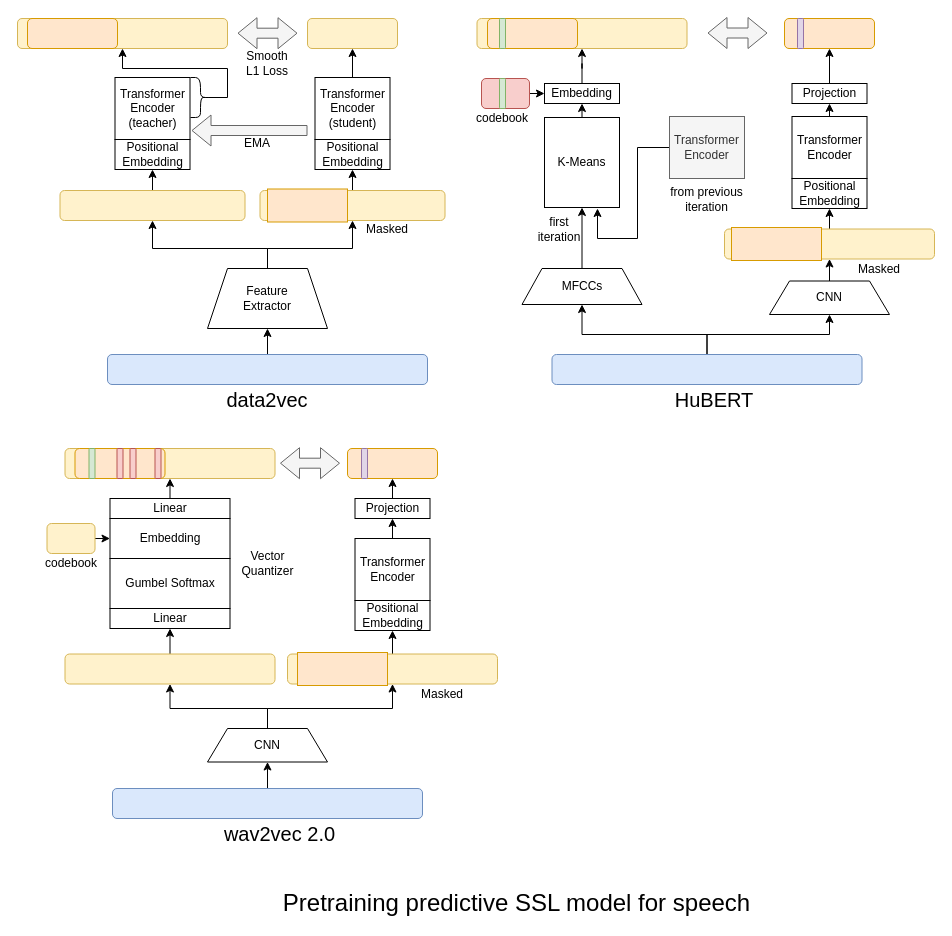
This is Drafts/data2vec.drawio from xrysamuel/my-drawio, a draw.io file, before an edit. Source tidied: cells renumbered, new cells numbered last; positions are measured from the earlier drawing's top-left corner, leaving out a move shared by most shapes. Both pictures are drawn from the tidied source at 100%, with x=0, y=0 at pixel (17, 18).
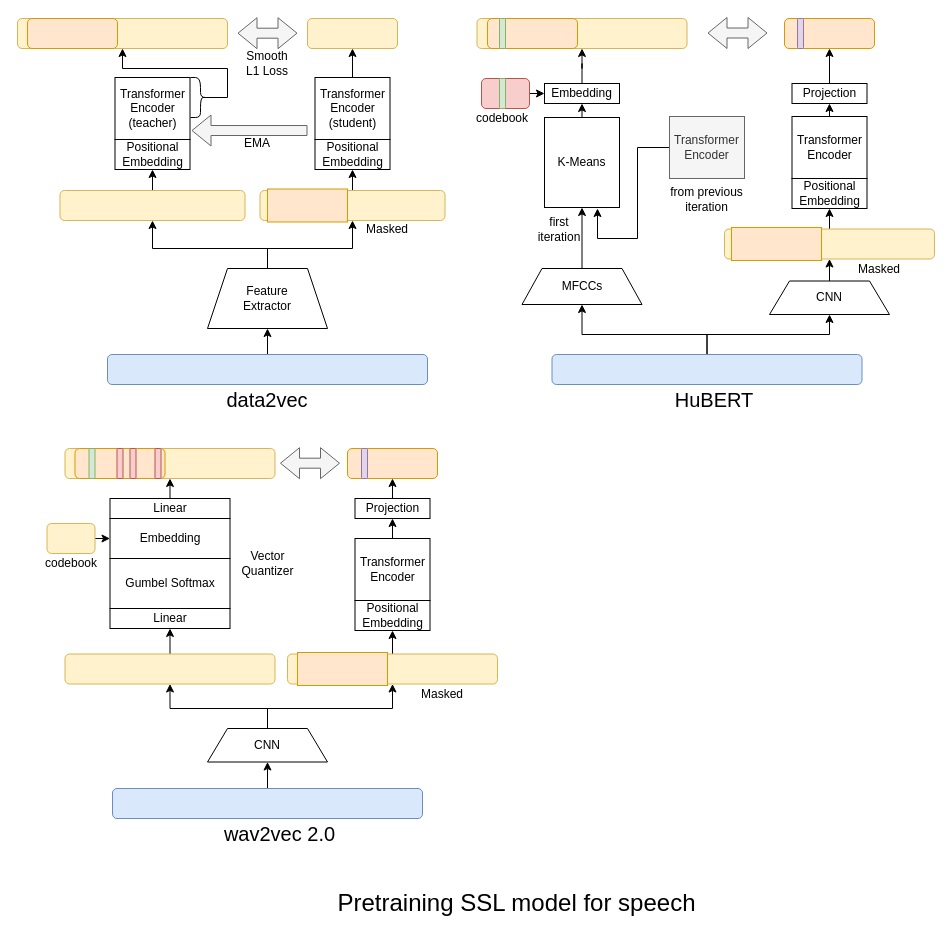
After the change.

Diff of the diagram source:
```diff
@@
-    <mxCell id="78" value="Pretraining predictive SSL model for speech" style="text;html=1;align=center;verticalAlign=middle;whiteSpace=wrap;rounded=0;fontSize=24;" parent="1" vertex="1">
+    <mxCell id="78" value="Pretraining SSL model for speech" style="text;html=1;align=center;verticalAlign=middle;whiteSpace=wrap;rounded=0;fontSize=24;" parent="1" vertex="1">
       <mxGeometry x="257.5" y="870" width="483" height="30" as="geometry" />
     </mxCell>
```
